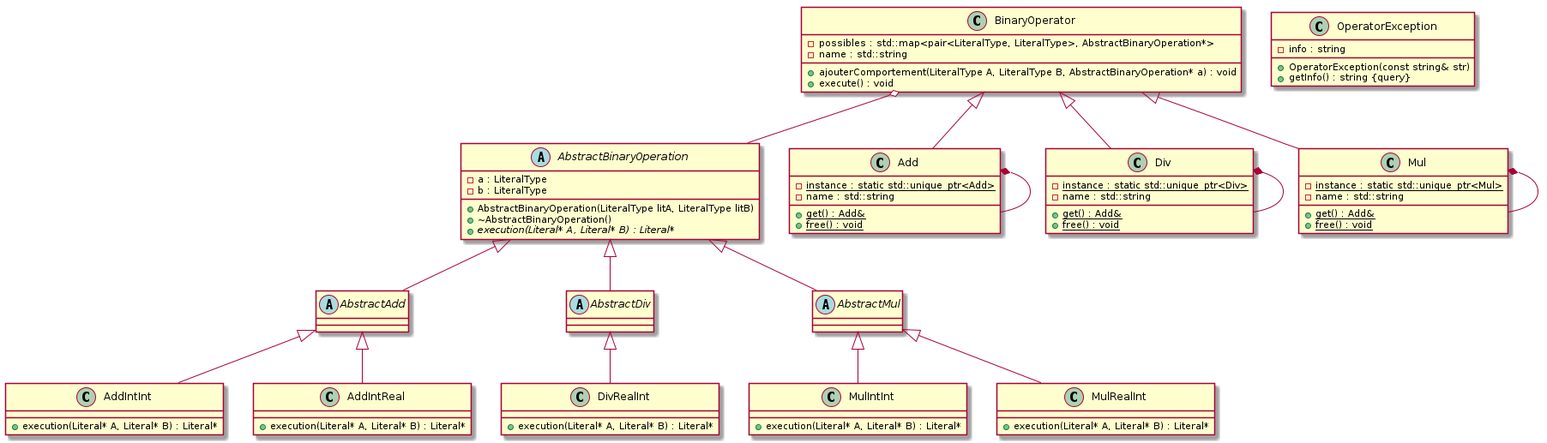
This is UML/Operateur.png from pltheoclement/LO21, a PlantUML export, as it was before one commit.
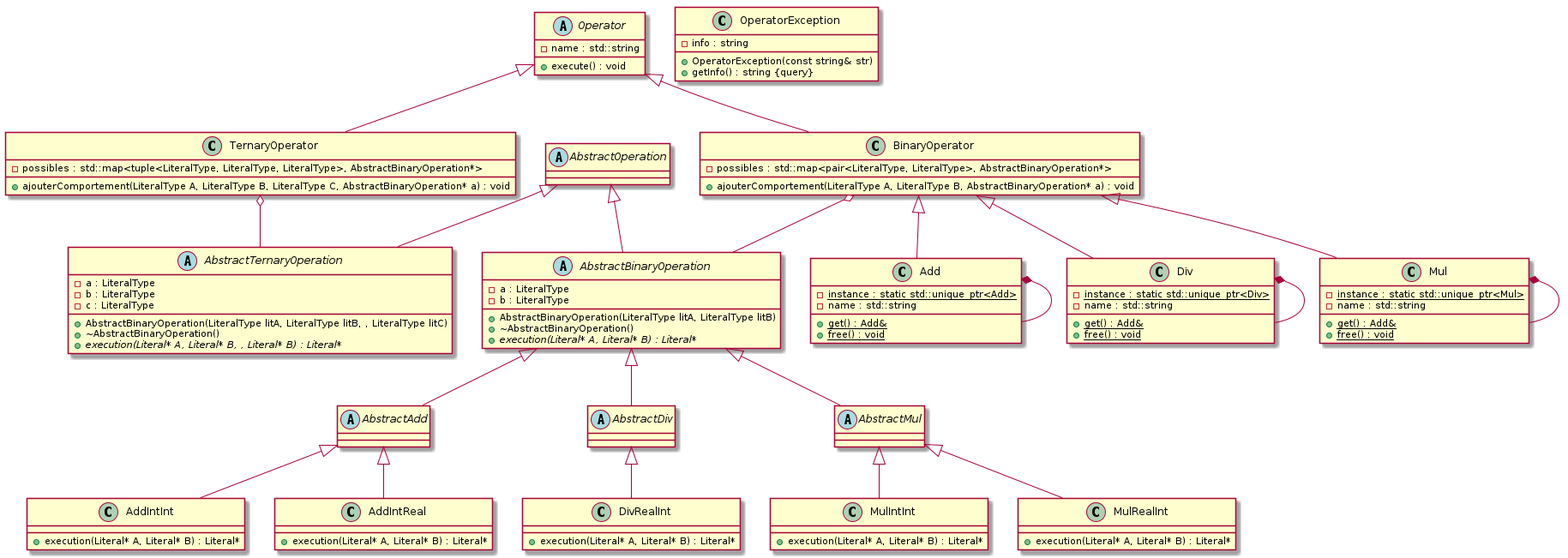
The same diagram one commit later.

Change to the diagram source:
```diff
@@ -4,7 +4,9 @@
 
 
 
+abstract class AbstractOperation {
 
+}
 abstract class AbstractAdd {
 }
 
@@ -15,6 +17,15 @@
 	+{abstract} execution(Literal* A, Literal* B) : Literal*
 	-a : LiteralType
 	-b : LiteralType
+}
+
+abstract class AbstractTernaryOperation {
+	+AbstractBinaryOperation(LiteralType litA, LiteralType litB, , LiteralType litC)
+	+~AbstractBinaryOperation()
+	+{abstract} execution(Literal* A, Literal* B, , Literal* B) : Literal*
+	-a : LiteralType
+	-b : LiteralType
+	-c : LiteralType
 }
 
 
@@ -43,12 +54,14 @@
 	+execution(Literal* A, Literal* B) : Literal*
 }
 
+abstract class Operator {
+	-name : std::string
+	+execute() : void
+}
 
 class BinaryOperator {
 	-possibles : std::map<pair<LiteralType, LiteralType>, AbstractBinaryOperation*>
-	-name : std::string
 	+ajouterComportement(LiteralType A, LiteralType B, AbstractBinaryOperation* a) : void
-	+execute() : void
 }
 
 
@@ -80,6 +93,11 @@
 
 class MulRealInt {
 	+execution(Literal* A, Literal* B) : Literal*
+}
+
+class TernaryOperator {
+	-possibles : std::map<tuple<LiteralType, LiteralType, LiteralType>, AbstractBinaryOperation*>
+	+ajouterComportement(LiteralType A, LiteralType B, LiteralType C, AbstractBinaryOperation* a) : void
 }
 
 
@@ -123,10 +141,15 @@
 
 BinaryOperator <|-- Div
 
+Operator <|-- BinaryOperator
+
+Operator <|-- TernaryOperator
 
 BinaryOperator <|-- Mul
 
+AbstractOperation <|-- AbstractBinaryOperation
 
+AbstractOperation <|-- AbstractTernaryOperation
 
 
 
@@ -135,6 +158,8 @@
 
 
 BinaryOperator o-- AbstractBinaryOperation
+
+TernaryOperator o-- AbstractTernaryOperation
 
 
 Div *-- Div
```
